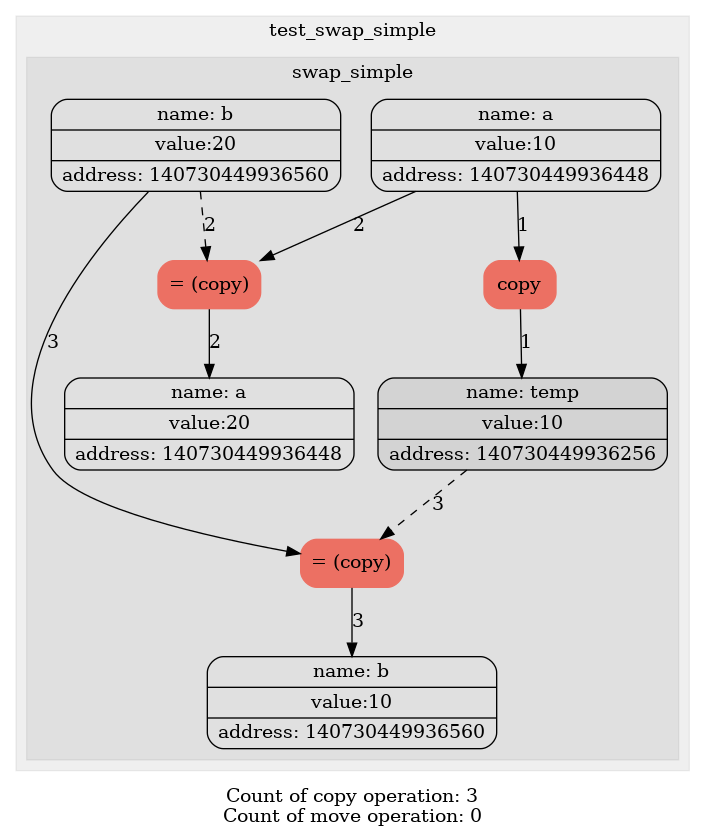
The Graphviz diagram diagrams/simple_swap.png in levasemin/Move_Semantic, before a commit. Its source is kept beside it as diagrams/simple_swap.dot.
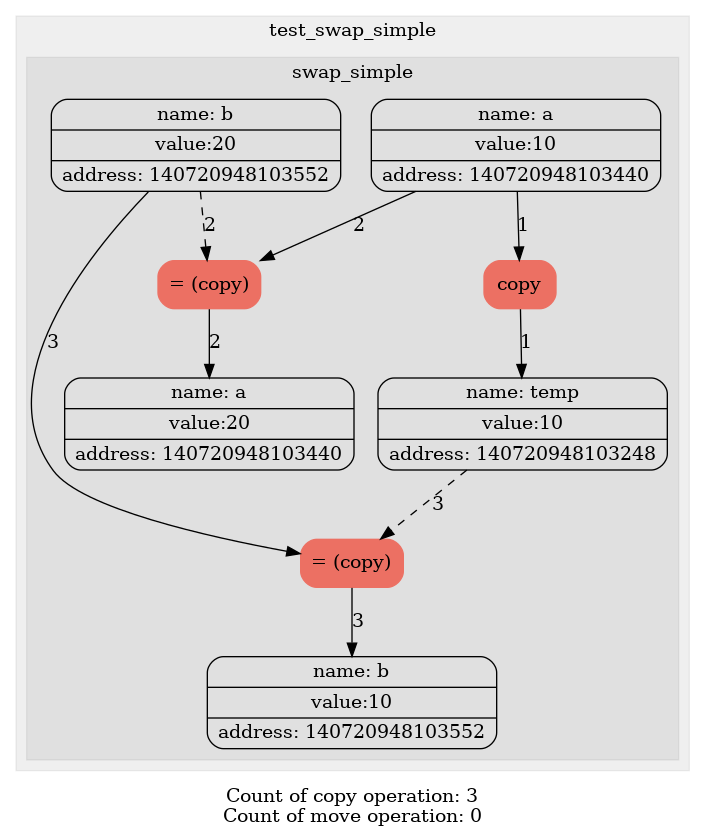
The same diagram one commit later.

What changed in the source:
```diff
@@ -6,28 +6,28 @@
 label = test_swap_simple;
 style= filled
 color = "#00000010";
-1[label="{ {name: tmp0} | {value:10} | {address: 140730449936448}} " color=""style=""];
-1[label="{ {name: a} | {value:10} | {address: 140730449936448}} " color=""style=""];
-2[label="{ {name: tmp1} | {value:20} | {address: 140730449936560}} " color=""style=""];
-2[label="{ {name: b} | {value:20} | {address: 140730449936560}} " color=""style=""];
+1[label="{ {name: tmp0} | {value:10} | {address: 140720948103440}} " color=""style=""];
+1[label="{ {name: a} | {value:10} | {address: 140720948103440}} " color=""style=""];
+2[label="{ {name: tmp1} | {value:20} | {address: 140720948103552}} " color=""style=""];
+2[label="{ {name: b} | {value:20} | {address: 140720948103552}} " color=""style=""];
 subgraph "cluster_1" {
 label = swap_simple;
 style= filled
 color = "#00000010";
 3[label="copy" color = "#EC7063" style = "filled"];
 edge[style = "" color = ""label = "1"]1->3;
-4[label="{ {name: tmp2} | {value:10} | {address: 140730449936256}} " color=""style="filled"];
+4[label="{ {name: tmp2} | {value:10} | {address: 140720948103248}} " color=""style=""];
 edge[style = "" color = ""label = "1"]3->4;
-4[label="{ {name: temp} | {value:10} | {address: 140730449936256}} " color=""style="filled"];
+4[label="{ {name: temp} | {value:10} | {address: 140720948103248}} " color=""style=""];
 5[label="= (copy)" color = "#EC7063" style = "filled"];
 edge[style = "" color = ""label = "2"]1->5;
 edge[style = "dashed" color = ""label = "2"]2->5;
-6[label="{ {name: a} | {value:20} | {address: 140730449936448}} " color=""style=""];
+6[label="{ {name: a} | {value:20} | {address: 140720948103440}} " color=""style=""];
 edge[style = "" color = ""label = "2"]5->6;
 7[label="= (copy)" color = "#EC7063" style = "filled"];
 edge[style = "" color = ""label = "3"]2->7;
 edge[style = "dashed" color = ""label = "3"]4->7;
-8[label="{ {name: b} | {value:10} | {address: 140730449936560}} " color=""style=""];
+8[label="{ {name: b} | {value:10} | {address: 140720948103552}} " color=""style=""];
 edge[style = "" color = ""label = "3"]7->8;
 }
 }
```
